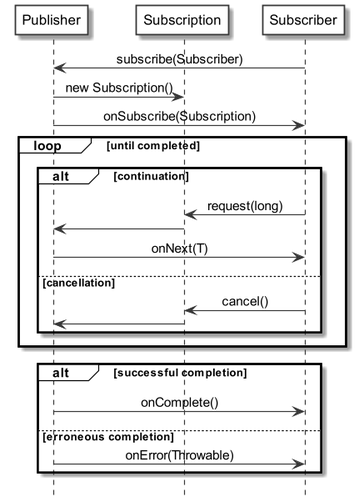
The PlantUML diagram images/Reactive_Streams_workflow.png in ti-cortex-m4/demo-java-reactive-streams-old, before a commit.
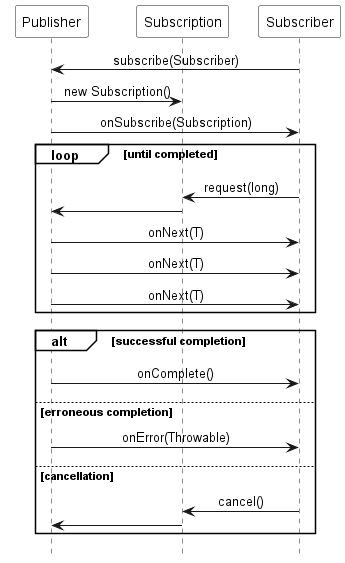
Later version of the same file.

What changed in the source:
```diff
@@ -1,6 +1,6 @@
 @startuml
 
-scale 1.2
+scale 1.0
 hide footbox
 
 !pragma teoz true
@@ -22,20 +22,20 @@
 Publisher -> Subscriber : onSubscribe(Subscription)
 
 loop until completed
-    alt continuation
-        Subscriber -> Subscription : request(long)
-        Subscription -> Publisher
-        Publisher -> Subscriber : onNext(T)
-    else cancellation
-        Subscriber -> Subscription : cancel()
-        Subscription -> Publisher
-    end
+    Subscriber -> Subscription : request(long)
+    Subscription -> Publisher
+    Publisher -> Subscriber : onNext(T)
+    Publisher -> Subscriber : onNext(T)
+    Publisher -> Subscriber : onNext(T)
 end
 
 alt successful completion
     Publisher -> Subscriber : onComplete()
 else erroneous completion
     Publisher -> Subscriber : onError(Throwable)
+else cancellation
+    Subscriber -> Subscription : cancel()
+    Subscription -> Publisher
 end
 
 @enduml
```
